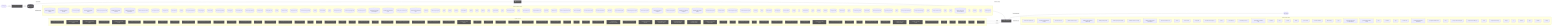
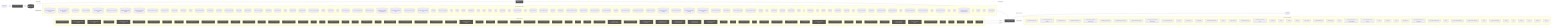
flowchart LR
  UserQ(["👤 User Query"])
  Embed["📐 Embedding Model"]
  VecDB[("📚 Vector Store")]
  Retriever["🔍 Retriever"]
  LLMNode["🧠 LLM / Generator"]
  Output(["✅ Response"])
  UserQ -->|query| Embed
  Embed -->|vector| VecDB
  VecDB -->|top-k chunks| Retriever
  Retriever -->|context + query| LLMNode
  LLMNode -->|generated answer| Output
  subgraph DetectedMemory["Detected memory stores"]
    det_detectedmemory_check_steering_feedback_contract_80134459[("check-steering-feedback-contract")]
    det_detectedmemory_normalize_workflow_contracts_8701f1c8[("normalize-workflow-contracts")]
+     det_detectedmemory_run_harness_evals_77704768[("run-harness-evals")]
    det_detectedmemory_sync_codex_preflight_7e7a8dc2[("sync-codex-preflight")]
    det_detectedmemory_test_harness_upgrade_matrix_84113c4e[("test-harness-upgrade-matrix")]
    det_detectedmemory_validate_prompt_context_drift_8c949ef6[("validate-prompt-context-drift")]
    det_detectedmemory_validate_runtime_packet_schemas_bc3ba8ec[("validate-runtime-packet-schemas")]
    det_detectedmemory_validate_system_prompt_gap_adoption_62d8c955[("validate-system-prompt-gap-adoption")]
    det_detectedmemory_validate_workflow_contracts_33dc063c[("validate-workflow-contracts")]
    det_detectedmemory_branch_protect_core_a8feb0fd[("branch-protect-core")]
    det_detectedmemory_ci_migrate_core_7005b5af[("ci-migrate-core")]
    det_detectedmemory_context_health_80bb7da9[("context-health")]
    det_detectedmemory_context_ea7792a2[("context")]
    det_detectedmemory_docs_gate_classification_2f51c90b[("docs-gate-classification")]
    det_detectedmemory_docs_gate_types_d285abb6[("docs-gate-types")]
    det_detectedmemory_index_context_de3ed39d[("index-context")]
    det_detectedmemory_local_memory_preflight_dcc36c42[("local-memory-preflight")]
    det_detectedmemory_memory_gate_a577a506[("memory-gate")]
    det_detectedmemory_next_runner_state_be6fe997[("next-runner-state")]
    det_detectedmemory_pattern_scope_siblings_43abe000[("pattern-scope-siblings")]
    det_detectedmemory_review_context_ca6cf81d[("review-context")]
    det_detectedmemory_review_gate_core_4c8001f9[("review-gate-core")]
    det_detectedmemory_search_24193290[("search")]
    det_detectedmemory_session_context_e5ec72c0[("session-context")]
    det_detectedmemory_tooling_audit_core_328d6a41[("tooling-audit-core")]
    det_detectedmemory_run_local_memory_preflight_36e92808[("run-local-memory-preflight")]
    det_detectedmemory_checker_d2d2328e[("checker")]
    det_detectedmemory_context_health_1_ceb11829[("context-health")]
    det_detectedmemory_types_2_d9bc6e7a[("types")]
    det_detectedmemory_branch_protect_sync_570adb18[("branch-protect-sync")]
    det_detectedmemory_command_capability_rules_ca3f496a[("command-capability-rules")]
    det_detectedmemory_command_specs_core_1c0ffc99[("command-specs-core")]
    det_detectedmemory_local_memory_preflight_command_spec_9e23f3ce[("local-memory-preflight-command-spec")]
    det_detectedmemory_memory_gate_command_spec_dc9001a9[("memory-gate-command-spec")]
    det_detectedmemory_review_gate_command_spec_3187376a[("review-gate-command-spec")]
    det_detectedmemory_session_context_command_spec_973afbb1[("session-context-command-spec")]
    det_detectedmemory_constants_7517017f[("constants")]
    det_detectedmemory_context_compact_policy_3dcaf95d[("context-compact-policy")]
    det_detectedmemory_index_3_7e40d474[("index")]
    det_detectedmemory_indexer_70fa78e5[("indexer")]
    det_detectedmemory_init_error_5c7dd49f[("init-error")]
    det_detectedmemory_lexical_fallback_723e2b3e[("lexical-fallback")]
    det_detectedmemory_ollama_76e3c7bf[("ollama")]
    det_detectedmemory_rollout_a4fa034c[("rollout")]
    det_detectedmemory_sources_878a52fc[("sources")]
    det_detectedmemory_store_824d80d7[("store")]
    det_detectedmemory_sync_contract_c79fa191[("sync-contract")]
    det_detectedmemory_types_8_f6283648[("types")]
    det_detectedmemory_harness_run_context_ac7c77a9[("harness-run-context")]
    det_detectedmemory_index_4_013aa0e3[("index")]
    det_detectedmemory_json_schema_core_96d7e328[("json-schema-core")]
    det_detectedmemory_policy_validators_core_714a3fe7[("policy-validators-core")]
    det_detectedmemory_types_core_e405ddca[("types-core")]
    det_detectedmemory_validator_core_4358f8ba[("validator-core")]
    det_detectedmemory_archive_candidates_scanner_d0931789[("archive-candidates-scanner")]
    det_detectedmemory_archive_candidates_dc0e40e1[("archive-candidates")]
    det_detectedmemory_docs_task_eval_contract_79347457[("docs-task-eval-contract")]
    det_detectedmemory_docs_task_eval_fixtures_44902755[("docs-task-eval-fixtures")]
    det_detectedmemory_init_modes_c05ceb07[("init-modes")]
    det_detectedmemory_project_brain_templates_7ef51530[("project-brain-templates")]
    det_detectedmemory_scaffold_diagram_templates_dd88e83c[("scaffold-diagram-templates")]
    det_detectedmemory_scaffold_doc_templates_f6152330[("scaffold-doc-templates")]
    det_detectedmemory_scaffold_environment_templates_c1ceba6a[("scaffold-environment-templates")]
    det_detectedmemory_scaffold_hook_templates_8c74ab50[("scaffold-hook-templates")]
    det_detectedmemory_scaffold_root_command_templates_404fed7f[("scaffold-root-command-templates")]
    det_detectedmemory_scaffold_script_template_registry_69312d4e[("scaffold-script-template-registry")]
    det_detectedmemory_scaffold_shell_templates_0ad0f915[("scaffold-shell-templates")]
    det_detectedmemory_scaffold_surfaces_12d6494e[("scaffold-surfaces")]
    det_detectedmemory_scaffold_template_registry_b1cce2aa[("scaffold-template-registry")]
    det_detectedmemory_scaffold_workflow_template_92310587[("scaffold-workflow-template")]
    det_detectedmemory_eval_seed_5699fd3e[("eval-seed")]
    det_detectedmemory_index_10_f6785a46[("index")]
    det_detectedmemory_review_context_1_e3afed15[("review-context")]
    det_detectedmemory_memory_gate_1_265164ac[("memory-gate")]
    det_detectedmemory_branch_enforcer_acb749cd[("branch-enforcer")]
    det_detectedmemory_cli_args_5_09ea29f0[("cli-args")]
    det_detectedmemory_cli_7_dc4a9f7f[("cli")]
    det_detectedmemory_metrics_tracker_98cec29c[("metrics-tracker")]
    det_detectedmemory_types_19_eb4ad5f0[("types")]
    det_detectedmemory_validator_5_b19ac2be[("validator")]
    det_detectedmemory_classifier_fe1991a9[("classifier")]
    det_detectedmemory_tooling_baseline_50ab2eeb[("tooling-baseline")]
    det_detectedmemory_claim_helpers_20dc8387[("claim-helpers")]
    det_detectedmemory_types_24_c63dc1a7[("types")]
    det_detectedmemory_local_memory_smoke_1175abfc[("local-memory-smoke")]
    det_detectedmemory_local_memory_0db17ecc[("local-memory")]
    det_detectedmemory_performance_overload_c685bfcf[("performance-overload")]
    det_detectedmemory_suggestion_generator_0956f794[("suggestion-generator")]
    det_detectedmemory_index_12_762ec91b[("index")]
    det_detectedmemory_prompt_context_drift_report_3257a95c[("prompt-context-drift-report")]
    det_detectedmemory_prompt_context_drift_types_ba6863d4[("prompt-context-drift-types")]
    det_detectedmemory_index_13_97df39c8[("index")]
    det_detectedmemory_prompt_context_receipt_17b862b2[("prompt-context-receipt")]
    det_detectedmemory_types_31_eb363e20[("types")]
    det_detectedmemory_policy_1_fc4198db[("policy")]
    det_detectedmemory_runtime_card_codex_runtime_validation_d8ce9934[("runtime-card-codex-runtime-validation")]
    det_detectedmemory_cli_12_01c06c37[("cli")]
    det_detectedmemory_collector_0736fd5b[("collector")]
    det_detectedmemory_types_34_85e6a0bb[("types")]
    det_detectedmemory_overload_guard_2748c559[("overload-guard")]
  end
  VecDB -. "implemented by" .-> DetectedMemory
  subgraph DetectedLLM["Detected LLM clients"]
    det_detectedllm_check_codex_agent_roles_5bb2e89b["check-codex-agent-roles"]
    det_detectedllm_check_steering_feedback_contract_80134459["check-steering-feedback-contract"]
    det_detectedllm_run_harness_evals_77704768["run-harness-evals"]
    det_detectedllm_validate_decision_request_2e5c325e["validate-decision-request"]
    det_detectedllm_validate_goal_completion_audit_receipt_100d252c["validate-goal-completion-audit-receipt"]
    det_detectedllm_validate_packaged_skill_5e32c890["validate-packaged-skill"]
    det_detectedllm_validate_prompt_context_drift_8c949ef6["validate-prompt-context-drift"]
    det_detectedllm_validate_reviewer_coverage_251efee3["validate-reviewer-coverage"]
    det_detectedllm_validate_system_prompt_gap_adoption_62d8c955["validate-system-prompt-gap-adoption"]
    det_detectedllm_check_environment_core_2c16213f["check-environment-core"]
    det_detectedllm_context_ea7792a2["context"]
    det_detectedllm_index_context_de3ed39d["index-context"]
    det_detectedllm_prompt_gate_c5e9d207["prompt-gate"]
    det_detectedllm_remediate_runner_helpers_929fedcc["remediate-runner-helpers"]
    det_detectedllm_search_24193290["search"]
    det_detectedllm_context_health_1_ceb11829["context-health"]
    det_detectedllm_command_specs_core_1c0ffc99["command-specs-core"]
    det_detectedllm_prompt_gate_command_spec_9a941482["prompt-gate-command-spec"]
    det_detectedllm_constants_7517017f["constants"]
    det_detectedllm_index_3_7e40d474["index"]
    det_detectedllm_indexer_70fa78e5["indexer"]
    det_detectedllm_ollama_76e3c7bf["ollama"]
    det_detectedllm_sync_contract_c79fa191["sync-contract"]
    det_detectedllm_north_star_validators_cfc926ce["north-star-validators"]
    det_detectedllm_hilt_boundary_9b36fb15["hilt-boundary"]
    det_detectedllm_types_10_75e5a4a0["types"]
    det_detectedllm_goal_completion_audit_receipt_validation_9d0f4891["goal-completion-audit-receipt-validation"]
    det_detectedllm_goal_completion_audit_receipt_5e4939c3["goal-completion-audit-receipt"]
    det_detectedllm_index_5_522f772a["index"]
    det_detectedllm_constants_1_a84e15f0["constants"]
    det_detectedllm_types_17_ed30531c["types"]
    det_detectedllm_sensitive_text_7c11f760["sensitive-text"]
    det_detectedllm_pr_template_linked_issue_relationship_a7b61f2c["pr-template-linked-issue-relationship"]
    det_detectedllm_pr_template_validator_rules_20a32d6b["pr-template-validator-rules"]
    det_detectedllm_index_12_762ec91b["index"]
    det_detectedllm_prompt_context_drift_report_3257a95c["prompt-context-drift-report"]
    det_detectedllm_prompt_context_drift_types_ba6863d4["prompt-context-drift-types"]
    det_detectedllm_index_13_97df39c8["index"]
    det_detectedllm_prompt_context_receipt_17b862b2["prompt-context-receipt"]
    det_detectedllm_cli_args_9_9c136878["cli-args"]
    det_detectedllm_cli_11_338a8415["cli"]
    det_detectedllm_sections_4697ef32["sections"]
    det_detectedllm_types_27_4d134744["types"]
    det_detectedllm_validator_7_f836eb0e["validator"]
    det_detectedllm_cli_args_10_861cdd3f["cli-args"]
  end
  LLMNode -. "implemented by" .-> DetectedLLM
  subgraph DetectedTools["Agentic tool calls"]
    det_detectedtools_check_codex_agent_roles_5bb2e89b["🔧 check-codex-agent-roles"]
    det_detectedtools_check_steering_feedback_contract_80134459["🔧 check-steering-feedback-contract"]
    det_detectedtools_check_tooling_baseline_parity_3124b30a["🔧 check-tooling-baseline-parity"]
    det_detectedtools_run_harness_evals_77704768["🔧 run-harness-evals"]
    det_detectedtools_validate_action_review_receipt_fa2f06c3["🔧 validate-action-review-receipt"]
    det_detectedtools_validate_packaged_skill_5e32c890["🔧 validate-packaged-skill"]
    det_detectedtools_validate_replay_packet_f309747e["🔧 validate-replay-packet"]
    det_detectedtools_ci_migrate_core_7005b5af["🔧 ci-migrate-core"]
    det_detectedtools_doctor_checks_5a2eb2b9["🔧 doctor-checks"]
    det_detectedtools_doctor_github_tool_check_e0a938df["🔧 doctor-github-tool-check"]
    det_detectedtools_doctor_github_tool_checks_a53b0382["🔧 doctor-github-tool-checks"]
    det_detectedtools_doctor_tool_checks_4acac51a["🔧 doctor-tool-checks"]
    det_detectedtools_fleet_plan_repo_ecdc6499["🔧 fleet-plan-repo"]
    det_detectedtools_next_blocked_decisions_4140ad2b["🔧 next-blocked-decisions"]
    det_detectedtools_policy_gate_213f7313["🔧 policy-gate"]
    det_detectedtools_remediate_cli_output_cc165396["🔧 remediate-cli-output"]
    det_detectedtools_remediate_runner_helpers_929fedcc["🔧 remediate-runner-helpers"]
    det_detectedtools_review_gate_core_4c8001f9["🔧 review-gate-core"]
    det_detectedtools_index_1bc04b52["🔧 index"]
    det_detectedtools_types_1_4ecdf56e["🔧 types"]
    det_detectedtools_validation_constants_e002a0f6["🔧 validation-constants"]
    det_detectedtools_validation_98c41dcd["🔧 validation"]
    det_detectedtools_checker_d2d2328e["🔧 checker"]
    det_detectedtools_shared_state_policy_edc9c4db["🔧 shared-state-policy"]
    det_detectedtools_cli_args_1_6144b055["🔧 cli-args"]
    det_detectedtools_command_capabilities_a4d5c71e["🔧 command-capabilities"]
    det_detectedtools_command_capability_rules_ca3f496a["🔧 command-capability-rules"]
    det_detectedtools_linear_command_actions_e430f4f4["🔧 linear-command-actions"]
    det_detectedtools_linear_command_runner_4a740dfc["🔧 linear-command-runner"]
    det_detectedtools_policy_validators_core_714a3fe7["🔧 policy-validators-core"]
    det_detectedtools_shared_state_action_validator_e7b128cd["🔧 shared-state-action-validator"]
    det_detectedtools_types_core_e405ddca["🔧 types-core"]
    det_detectedtools_validator_core_4358f8ba["🔧 validator-core"]
    det_detectedtools_validator_helpers_7b927667["🔧 validator-helpers"]
    det_detectedtools_he_phase_exit_core_1148895b["🔧 he-phase-exit-core"]
    det_detectedtools_environment_runtime_3206f0a8["🔧 environment-runtime"]
    det_detectedtools_observed_skill_usage_ed7d5930["🔧 observed-skill-usage"]
    det_detectedtools_closure_evidence_aaa31467["🔧 closure-evidence"]
    det_detectedtools_pr_creator_dc6b1ea4["🔧 pr-creator"]
    det_detectedtools_client_948fe603["🔧 client"]
    det_detectedtools_init_output_360dce91["🔧 init-output"]
    det_detectedtools_scaffold_ci_templates_2afd6392["🔧 scaffold-ci-templates"]
    det_detectedtools_scaffold_codex_environment_templates_334fbbed["🔧 scaffold-codex-environment-templates"]
    det_detectedtools_scaffold_config_templates_4b80ce53["🔧 scaffold-config-templates"]
    det_detectedtools_scaffold_environment_templates_c1ceba6a["🔧 scaffold-environment-templates"]
    det_detectedtools_scaffold_github_actions_pr_pipeline_renderer_1ee18de5["🔧 scaffold-github-actions-pr-pipeline-renderer"]
    det_detectedtools_scaffold_github_actions_pr_pipeline_template_e2b85f62["🔧 scaffold-github-actions-pr-pipeline-template"]
    det_detectedtools_scaffold_package_command_template_80e32e83["🔧 scaffold-package-command-template"]
    det_detectedtools_scaffold_release_private_npm_template_075499f8["🔧 scaffold-release-private-npm-template"]
    det_detectedtools_constants_1_a84e15f0["🔧 constants"]
    det_detectedtools_index_9_32dd4d91["🔧 index"]
    det_detectedtools_validation_common_6161e48b["🔧 validation-common"]
    det_detectedtools_cli_7_dc4a9f7f["🔧 cli"]
    det_detectedtools_metrics_tracker_98cec29c["🔧 metrics-tracker"]
    det_detectedtools_normalise_renderer_85f2e563["🔧 normalise-renderer"]
    det_detectedtools_evaluation_engine_core_e054fe49["🔧 evaluation-engine-core"]
    det_detectedtools_tooling_baseline_50ab2eeb["🔧 tooling-baseline"]
    det_detectedtools_prompt_context_drift_report_3257a95c["🔧 prompt-context-drift-report"]
    det_detectedtools_prompt_context_drift_types_ba6863d4["🔧 prompt-context-drift-types"]
    det_detectedtools_replay_packet_a1293f88["🔧 replay-packet"]
    det_detectedtools_index_14_d982116c["🔧 index"]
    det_detectedtools_review_lifecycle_contract_e5447221["🔧 review-lifecycle-contract"]
    det_detectedtools_review_lifecycle_89afa64c["🔧 review-lifecycle"]
    det_detectedtools_runtime_card_codex_runtime_validation_d8ce9934["🔧 runtime-card-codex-runtime-validation"]
    det_detectedtools_runtime_card_codex_runtime_0655e230["🔧 runtime-card-codex-runtime"]
    det_detectedtools_runtime_evidence_bundle_d471a232["🔧 runtime-evidence-bundle"]
    det_detectedtools_types_36_674380ec["🔧 types"]
    det_detectedtools_index_17_642943a2["🔧 index"]
    det_detectedtools_projection_1b250ea1["🔧 projection"]
    det_detectedtools_types_38_e8efcd57["🔧 types"]
    det_detectedtools_validation_7_c4e6d8b6["🔧 validation"]
  end
  LLMNode -->|tool use| DetectedTools
  DetectedTools -->|result| LLMNode
  classDef memNode fill:#555,color:#fff
  class VecDB,Retriever memNode
  classDef llmNode fill:#555,color:#fff
  class LLMNode,Embed llmNode
  classDef toolNode fill:#555,color:#fff
  class det_detectedtools_check_codex_agent_roles_5bb2e89b,det_detectedtools_check_steering_feedback_contract_80134459,det_detectedtools_check_tooling_baseline_parity_3124b30a,det_detectedtools_run_harness_evals_77704768,det_detectedtools_validate_action_review_receipt_fa2f06c3,det_detectedtools_validate_packaged_skill_5e32c890,det_detectedtools_validate_replay_packet_f309747e,det_detectedtools_ci_migrate_core_7005b5af,det_detectedtools_doctor_checks_5a2eb2b9,det_detectedtools_doctor_github_tool_check_e0a938df,det_detectedtools_doctor_github_tool_checks_a53b0382,det_detectedtools_doctor_tool_checks_4acac51a,det_detectedtools_fleet_plan_repo_ecdc6499,det_detectedtools_next_blocked_decisions_4140ad2b,det_detectedtools_policy_gate_213f7313,det_detectedtools_remediate_cli_output_cc165396,det_detectedtools_remediate_runner_helpers_929fedcc,det_detectedtools_review_gate_core_4c8001f9,det_detectedtools_index_1bc04b52,det_detectedtools_types_1_4ecdf56e,det_detectedtools_validation_constants_e002a0f6,det_detectedtools_validation_98c41dcd,det_detectedtools_checker_d2d2328e,det_detectedtools_shared_state_policy_edc9c4db,det_detectedtools_cli_args_1_6144b055,det_detectedtools_command_capabilities_a4d5c71e,det_detectedtools_command_capability_rules_ca3f496a,det_detectedtools_linear_command_actions_e430f4f4,det_detectedtools_linear_command_runner_4a740dfc,det_detectedtools_policy_validators_core_714a3fe7,det_detectedtools_shared_state_action_validator_e7b128cd,det_detectedtools_types_core_e405ddca,det_detectedtools_validator_core_4358f8ba,det_detectedtools_validator_helpers_7b927667,det_detectedtools_he_phase_exit_core_1148895b,det_detectedtools_environment_runtime_3206f0a8,det_detectedtools_observed_skill_usage_ed7d5930,det_detectedtools_closure_evidence_aaa31467,det_detectedtools_pr_creator_dc6b1ea4,det_detectedtools_client_948fe603,det_detectedtools_init_output_360dce91,det_detectedtools_scaffold_ci_templates_2afd6392,det_detectedtools_scaffold_codex_environment_templates_334fbbed,det_detectedtools_scaffold_config_templates_4b80ce53,det_detectedtools_scaffold_environment_templates_c1ceba6a,det_detectedtools_scaffold_github_actions_pr_pipeline_renderer_1ee18de5,det_detectedtools_scaffold_github_actions_pr_pipeline_template_e2b85f62,det_detectedtools_scaffold_package_command_template_80e32e83,det_detectedtools_scaffold_release_private_npm_template_075499f8,det_detectedtools_constants_1_a84e15f0,det_detectedtools_index_9_32dd4d91,det_detectedtools_validation_common_6161e48b,det_detectedtools_cli_7_dc4a9f7f,det_detectedtools_metrics_tracker_98cec29c,det_detectedtools_normalise_renderer_85f2e563,det_detectedtools_evaluation_engine_core_e054fe49,det_detectedtools_tooling_baseline_50ab2eeb,det_detectedtools_prompt_context_drift_report_3257a95c,det_detectedtools_prompt_context_drift_types_ba6863d4,det_detectedtools_replay_packet_a1293f88,det_detectedtools_index_14_d982116c,det_detectedtools_review_lifecycle_contract_e5447221,det_detectedtools_review_lifecycle_89afa64c,det_detectedtools_runtime_card_codex_runtime_validation_d8ce9934,det_detectedtools_runtime_card_codex_runtime_0655e230,det_detectedtools_runtime_evidence_bundle_d471a232,det_detectedtools_types_36_674380ec,det_detectedtools_index_17_642943a2,det_detectedtools_projection_1b250ea1,det_detectedtools_types_38_e8efcd57,det_detectedtools_validation_7_c4e6d8b6 toolNode
